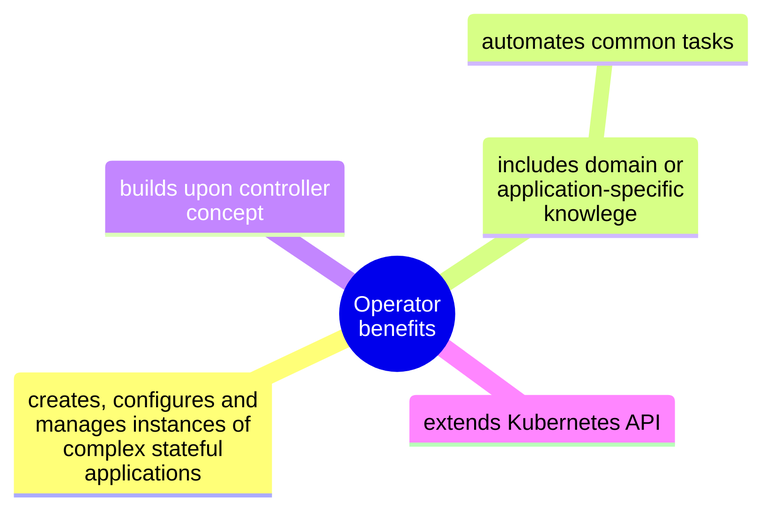
This is slides/assets/img/operator-benefits.png from gerald1248/operator-antipattern-slides, a Mermaid export, as it was before one commit. Its source is kept beside it as mermaid/operator-benefits.mmd.
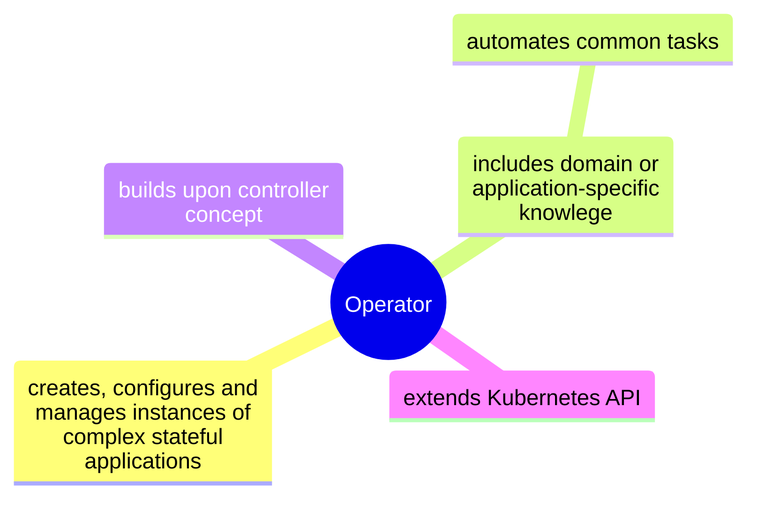
Later version of the same file.

The edit, as a diff of the source:
```diff
@@ -1,5 +1,5 @@
 mindmap
-  root((Operator<br/>benefits))
+  root((Operator))
     creates, configures and manages instances of complex stateful applications
 
     includes domain or application-specific knowlege
```
